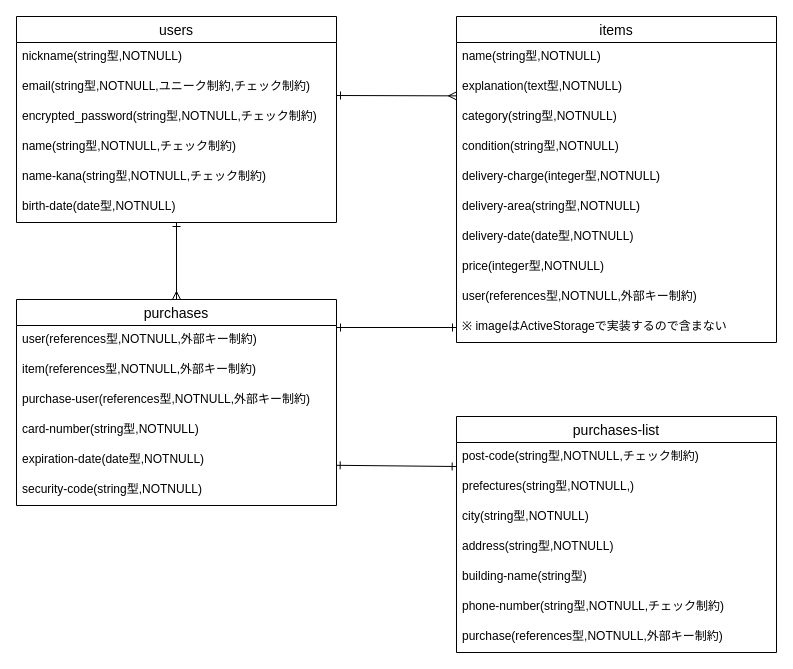
Earlier version of the draw.io diagram furima.dio (genkikonno/furima-37489). Source tidied: cells renumbered, new cells numbered last; positions are measured from the earlier drawing's top-left corner, leaving out a move shared by most shapes. Both pictures are drawn from the tidied source at 100%, with x=0, y=0 at pixel (16, 16).
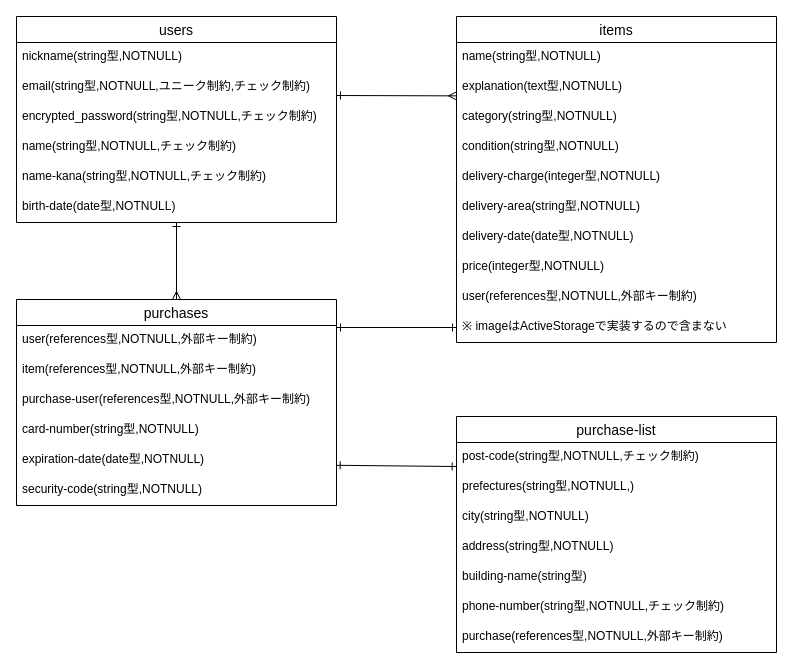
Above is the later version.

Change to the diagram source:
```diff
@@
-    <mxCell id="27" value="purchases-list" style="swimlane;fontStyle=0;horizontal=1;startSize=26;align=center;fontSize=14;" parent="1" vertex="1">
+    <mxCell id="27" value="purchase-list" style="swimlane;fontStyle=0;horizontal=1;startSize=26;align=center;fontSize=14;" parent="1" vertex="1">
       <mxGeometry x="440" y="400" width="320" height="236" as="geometry" />
     </mxCell>
```
